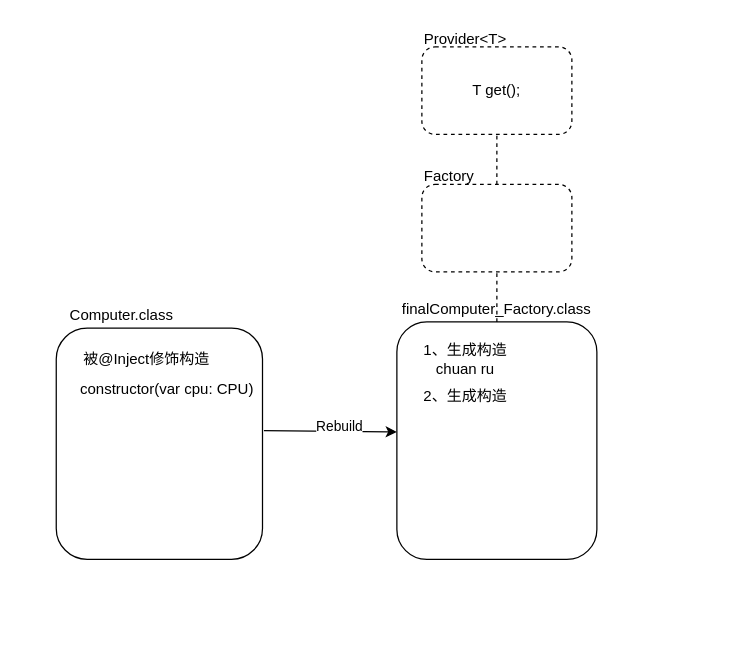
The draw.io diagram image/Dagger2-@inject-构造.drawio in Xiaojiu666/Knowledge, before the edit. Source tidied: cells renumbered, new cells numbered last; positions are measured from the earlier drawing's top-left corner, leaving out a move shared by most shapes. Both pictures are drawn from the tidied source at 125%, with x=0, y=0 at pixel (56, 21).
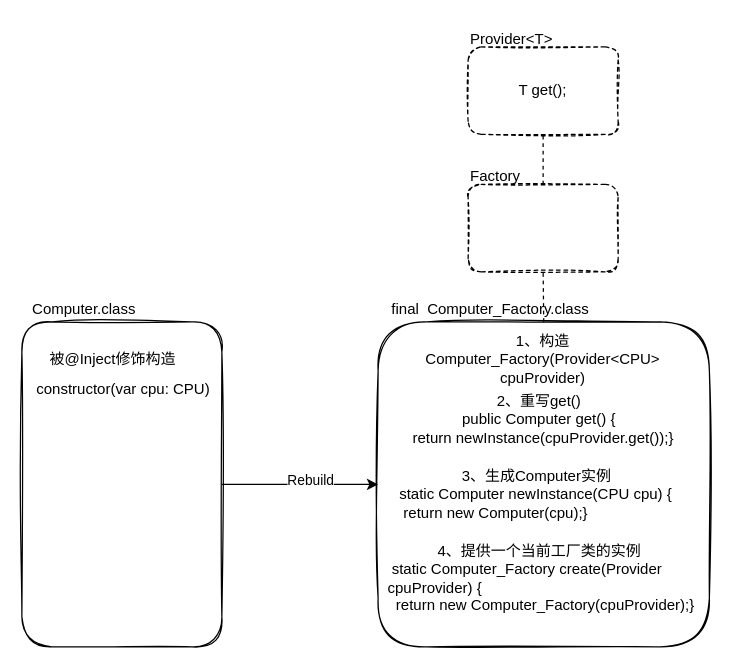
Above is the later version.

Commit message (it also covers changes not shown here):
[Dagger2] Dagger2 @Inject

What changed in the source:
```diff
@@
 <mxGraphModel>
   <root>
     <mxCell id="0" />
     <mxCell id="1" parent="0" />
-    <mxCell id="2" style="rounded=1;whiteSpace=wrap;html=1;" parent="1" vertex="1">
-      <mxGeometry x="-0.5" y="245" width="165" height="185" as="geometry" />
+    <mxCell id="2" style="rounded=1;whiteSpace=wrap;html=1;sketch=1;" parent="1" vertex="1">
+      <mxGeometry x="-28" y="240" width="160" height="260" as="geometry" />
     </mxCell>
     <mxCell id="3" value="Computer.class" style="text;html=1;strokeColor=none;fillColor=none;align=center;verticalAlign=middle;whiteSpace=wrap;rounded=0;" parent="1" vertex="1">
-      <mxGeometry x="32" y="225" width="40" height="20" as="geometry" />
+      <mxGeometry x="2" y="220" width="40" height="20" as="geometry" />
     </mxCell>
     <mxCell id="4" value="被@Inject修饰构造" style="text;html=1;strokeColor=none;fillColor=none;align=center;verticalAlign=middle;whiteSpace=wrap;rounded=0;" parent="1" vertex="1">
-      <mxGeometry x="17" y="260" width="110" height="20" as="geometry" />
+      <mxGeometry x="-10.5" y="260" width="110" height="20" as="geometry" />
     </mxCell>
-    <mxCell id="5" style="endArrow=classic;html=1;exitX=1.007;exitY=0.443;exitDx=0;exitDy=0;exitPerimeter=0;" parent="1" edge="1" source="2">
-      <mxGeometry relative="1" as="geometry">
-        <mxPoint x="272" y="328" as="targetPoint" />
-      </mxGeometry>
+    <mxCell id="5" style="endArrow=classic;html=1;exitX=1;exitY=0.5;exitDx=0;exitDy=0;entryX=0;entryY=0.5;entryDx=0;entryDy=0;" parent="1" edge="1" source="2" target="9">
+      <mxGeometry relative="1" as="geometry" />
     </mxCell>
     <mxCell id="6" value="Rebuild" style="edgeLabel;html=1;align=center;verticalAlign=middle;" parent="5" vertex="1">
       <mxGeometry x="0.12" y="4" relative="1" as="geometry" />
     </mxCell>
     <mxCell id="7" value="constructor(var cpu: CPU)" style="text;whiteSpace=wrap;html=1;" parent="1" vertex="1">
-      <mxGeometry x="17" y="280" width="160" height="30" as="geometry" />
+      <mxGeometry x="-18" y="280" width="160" height="30" as="geometry" />
     </mxCell>
-    <mxCell id="8" value="finalComputer_Factory.class" style="text;html=1;strokeColor=none;fillColor=none;align=center;verticalAlign=middle;whiteSpace=wrap;rounded=0;" parent="1" vertex="1">
-      <mxGeometry x="302" y="220" width="100" height="20" as="geometry" />
+    <mxCell id="8" value="final&amp;nbsp; Computer_Factory.class" style="text;html=1;strokeColor=none;fillColor=none;align=center;verticalAlign=middle;whiteSpace=wrap;rounded=0;" parent="1" vertex="1">
+      <mxGeometry x="242" y="220" width="210" height="20" as="geometry" />
     </mxCell>
-    <mxCell id="9" style="rounded=1;whiteSpace=wrap;html=1;" parent="1" vertex="1">
-      <mxGeometry x="272" y="240" width="160" height="190" as="geometry" />
+    <mxCell id="9" style="rounded=1;whiteSpace=wrap;html=1;sketch=1;" parent="1" vertex="1">
+      <mxGeometry x="257" y="240" width="265" height="260" as="geometry" />
     </mxCell>
-    <mxCell id="10" style="rounded=1;whiteSpace=wrap;html=1;dashed=1;" parent="1" vertex="1">
-      <mxGeometry x="292" y="130" width="120" height="70" as="geometry" />
+    <mxCell id="10" style="rounded=1;whiteSpace=wrap;html=1;dashed=1;sketch=1;" parent="1" vertex="1">
+      <mxGeometry x="329" y="130" width="120" height="70" as="geometry" />
     </mxCell>
     <mxCell id="11" value="Factory" style="text;whiteSpace=wrap;html=1;" parent="1" vertex="1">
-      <mxGeometry x="292" y="110" width="70" height="30" as="geometry" />
+      <mxGeometry x="329" y="110" width="70" height="30" as="geometry" />
     </mxCell>
-    <mxCell id="12" value="T get();" style="rounded=1;whiteSpace=wrap;html=1;dashed=1;" parent="1" vertex="1">
-      <mxGeometry x="292" y="20" width="120" height="70" as="geometry" />
+    <mxCell id="12" value="T get();" style="rounded=1;whiteSpace=wrap;html=1;dashed=1;sketch=1;" parent="1" vertex="1">
+      <mxGeometry x="329" y="20" width="120" height="70" as="geometry" />
     </mxCell>
     <mxCell id="13" value="Provider&amp;lt;T&amp;gt;" style="text;whiteSpace=wrap;html=1;" parent="1" vertex="1">
-      <mxGeometry x="292" width="70" height="30" as="geometry" />
+      <mxGeometry x="329" width="70" height="30" as="geometry" />
     </mxCell>
     <mxCell id="14" style="endArrow=none;dashed=1;html=1;exitX=0.857;exitY=0.667;exitDx=0;exitDy=0;exitPerimeter=0;" parent="1" edge="1" source="11" target="12">
       <mxGeometry relative="1" as="geometry" />
     </mxCell>
-    <mxCell id="15" style="endArrow=none;dashed=1;html=1;entryX=0.5;entryY=1;entryDx=0;entryDy=0;exitX=0.5;exitY=1;exitDx=0;exitDy=0;" parent="1" edge="1" source="8" target="10">
+    <mxCell id="15" style="endArrow=none;dashed=1;html=1;entryX=0.5;entryY=1;entryDx=0;entryDy=0;exitX=0.5;exitY=0;exitDx=0;exitDy=0;" parent="1" edge="1" source="9" target="10">
       <mxGeometry relative="1" as="geometry" />
     </mxCell>
-    <mxCell id="16" value="1、生成构造chuan ru" style="text;html=1;strokeColor=none;fillColor=none;align=center;verticalAlign=middle;whiteSpace=wrap;rounded=0;dashed=1;" parent="1" vertex="1">
-      <mxGeometry x="282" y="260" width="90" height="20" as="geometry" />
+    <mxCell id="16" value="1、构造&lt;br&gt;Computer_Factory(Provider&amp;lt;CPU&amp;gt; cpuProvider)" style="text;html=1;strokeColor=none;fillColor=none;align=center;verticalAlign=middle;whiteSpace=wrap;rounded=0;dashed=1;" parent="1" vertex="1">
+      <mxGeometry x="274" y="250" width="230" height="40" as="geometry" />
     </mxCell>
-    <mxCell id="17" value="2、生成构造" style="text;html=1;strokeColor=none;fillColor=none;align=center;verticalAlign=middle;whiteSpace=wrap;rounded=0;dashed=1;" parent="1" vertex="1">
-      <mxGeometry x="282" y="290" width="90" height="20" as="geometry" />
-    </mxCell>
+    <mxCell id="18" value="2、重写get()&lt;br&gt;&lt;div&gt;public Computer get() {&lt;/div&gt;&lt;div&gt;&amp;nbsp; return newInstance(cpuProvider.get());&lt;span&gt;}&lt;/span&gt;&lt;/div&gt;&lt;div&gt;&lt;span&gt;&lt;br&gt;&lt;/span&gt;&lt;/div&gt;" style="text;html=1;strokeColor=none;fillColor=none;align=center;verticalAlign=middle;whiteSpace=wrap;rounded=0;dashed=1;" parent="1" vertex="1">
+      <mxGeometry x="263" y="300" width="246" height="50" as="geometry" />
+    </mxCell>
+    <mxCell id="19" value="&lt;span&gt;&#9;&lt;/span&gt;&lt;span&gt;&#9;&lt;/span&gt;&lt;span&gt;&#9;&lt;/span&gt;&lt;span style=&quot;white-space: pre&quot;&gt;&#9;&lt;/span&gt;&lt;span style=&quot;white-space: pre&quot;&gt;&#9;&lt;/span&gt;3、生成&lt;span style=&quot;text-align: center&quot;&gt;Computer&lt;/span&gt;实例&lt;br&gt;&amp;nbsp;static Computer newInstance(CPU cpu) {&lt;br&gt;&amp;nbsp; return new Computer(cpu);}" style="text;whiteSpace=wrap;html=1;" parent="1" vertex="1">
+      <mxGeometry x="269" y="350" width="250" height="60" as="geometry" />
+    </mxCell>
+    <mxCell id="20" value="&lt;span style=&quot;white-space: pre&quot;&gt;&#9;&lt;/span&gt;&amp;nbsp; &amp;nbsp; 4、提供一个当前工厂类的实例&lt;br&gt;&amp;nbsp;static Computer_Factory create(Provider cpuProvider) {&lt;br&gt;&amp;nbsp; return new Computer_Factory(cpuProvider);}" style="text;whiteSpace=wrap;html=1;" parent="1" vertex="1">
+      <mxGeometry x="263" y="410" width="256" height="60" as="geometry" />
+    </mxCell>
   </root>
 </mxGraphModel>
```
